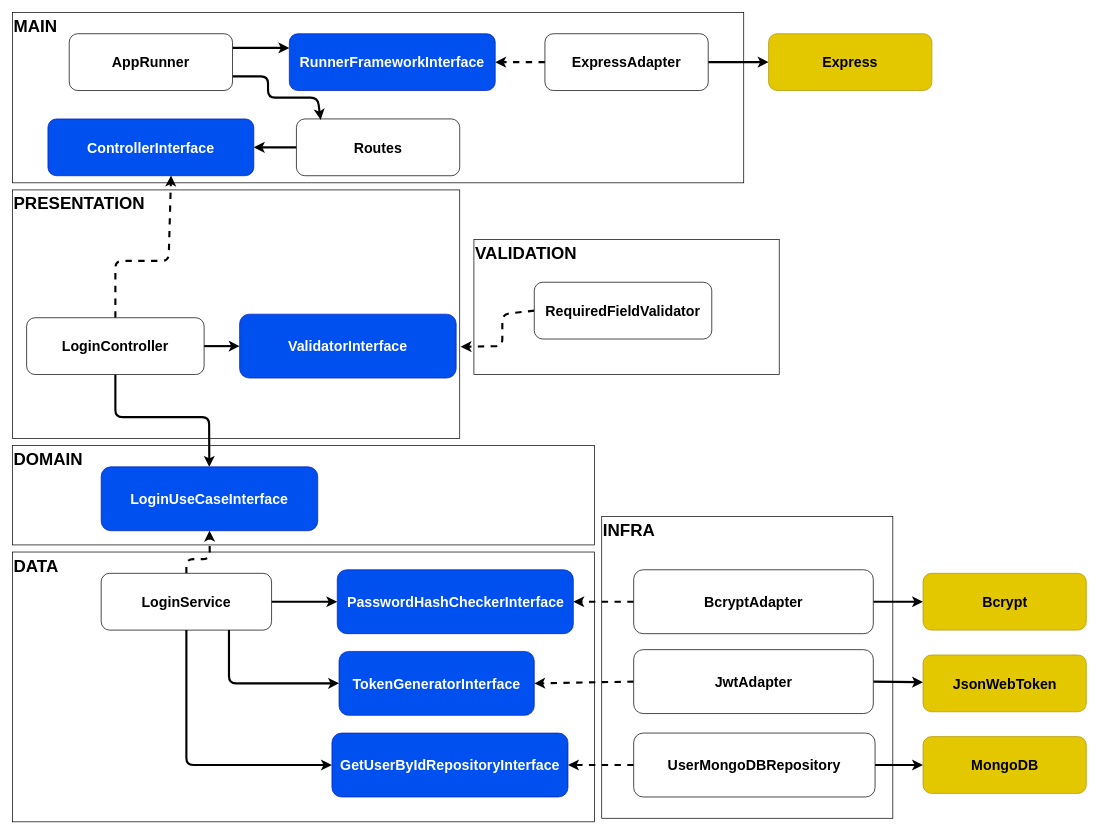
Before: diagrams/drawio/login.drawio in DouglasVolcato/pet-adoption-backend, a draw.io diagram. Source tidied: cells renumbered, new cells numbered last; positions are measured from the earlier drawing's top-left corner, leaving out a move shared by most shapes. Both pictures are drawn from the tidied source at 71%, with x=0, y=0 at pixel (12, 12).
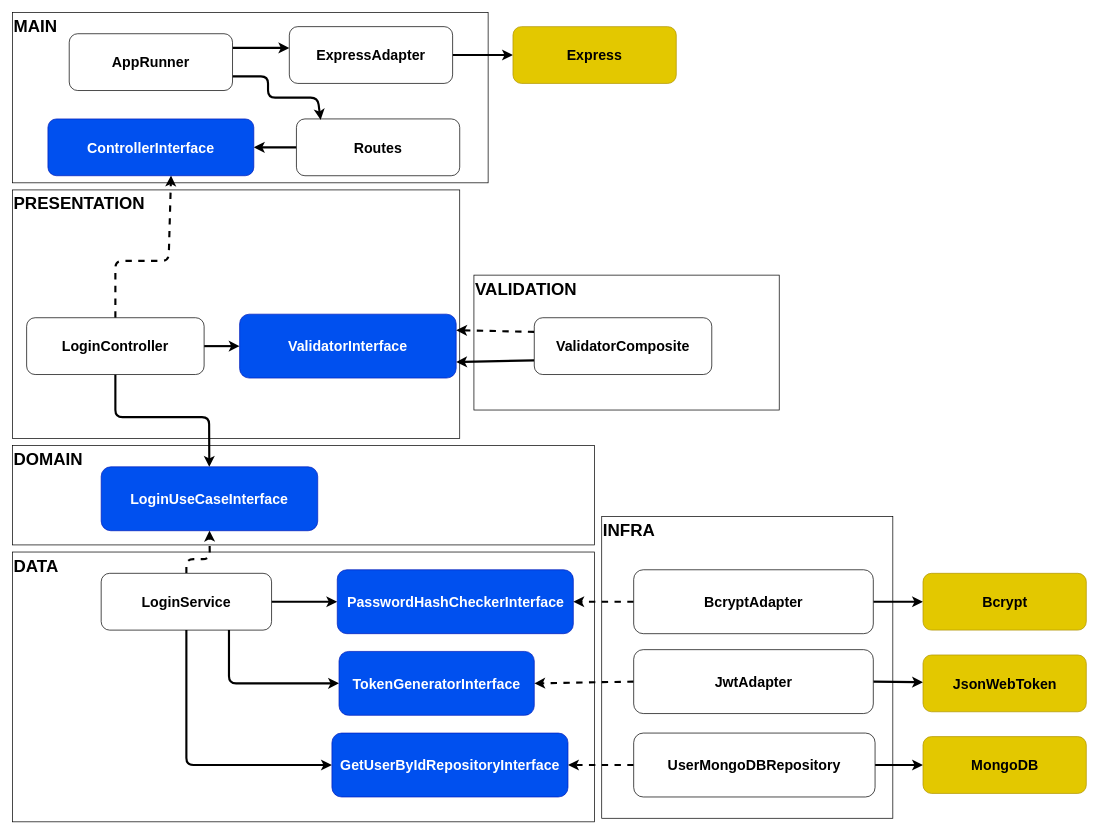
The same diagram, later.

The change refers to these unchanged cells:
```xml
<mxCell id="2" style="rounded=0;whiteSpace=wrap;html=1;fontSize=20;fontStyle=1;" parent="1" vertex="1">
  <mxGeometry y="250" width="630" height="350" as="geometry" />
</mxCell>
<mxCell id="23" value="AppRunner" style="rounded=1;whiteSpace=wrap;html=1;fontSize=20;fontStyle=1;" parent="1" vertex="1">
  <mxGeometry x="80" y="30" width="230" height="80" as="geometry" />
</mxCell>
<mxCell id="44" value="ValidatorInterface" style="rounded=1;whiteSpace=wrap;html=1;fillColor=#0050ef;fontColor=#ffffff;strokeColor=#001DBC;fontSize=20;fontStyle=1;" parent="1" vertex="1">
  <mxGeometry x="320" y="425" width="305" height="90" as="geometry" />
</mxCell>
```

Diff of the diagram source:
```diff
@@
     <mxCell id="5" style="rounded=0;whiteSpace=wrap;html=1;fontSize=20;fontStyle=1;" parent="1" vertex="1">
-      <mxGeometry x="650" y="320" width="430" height="190" as="geometry" />
+      <mxGeometry x="650" y="370" width="430" height="190" as="geometry" />
     </mxCell>
@@
     <mxCell id="7" style="rounded=0;whiteSpace=wrap;html=1;fontSize=20;fontStyle=1;" parent="1" vertex="1">
-      <mxGeometry width="1030" height="240" as="geometry" />
+      <mxGeometry width="670" height="240" as="geometry" />
     </mxCell>
@@
-    <mxCell id="21" style="edgeStyle=none;html=1;exitX=1;exitY=0.25;exitDx=0;exitDy=0;entryX=0;entryY=0.25;entryDx=0;entryDy=0;strokeWidth=3;fontSize=20;fontStyle=1;" parent="1" edge="1" source="23" target="24">
-      <mxGeometry relative="1" as="geometry" />
+    <mxCell id="21" style="edgeStyle=none;html=1;exitX=1;exitY=0.25;exitDx=0;exitDy=0;entryX=0;entryY=0.25;entryDx=0;entryDy=0;strokeWidth=3;fontSize=20;fontStyle=1;" parent="1" edge="1" source="23">
+      <mxGeometry relative="1" as="geometry">
+        <mxPoint x="390" y="50" as="targetPoint" />
+      </mxGeometry>
     </mxCell>
@@
-    <mxCell id="24" value="RunnerFrameworkInterface" style="rounded=1;whiteSpace=wrap;html=1;fontSize=20;fillColor=#0050ef;fontColor=#ffffff;strokeColor=#001DBC;fontStyle=1;" parent="1" vertex="1">
-      <mxGeometry x="390" y="30" width="290" height="80" as="geometry" />
-    </mxCell>
@@
-    <mxCell id="26" style="edgeStyle=none;html=1;exitX=0;exitY=0.5;exitDx=0;exitDy=0;entryX=1;entryY=0.5;entryDx=0;entryDy=0;dashed=1;strokeWidth=3;fontSize=20;" parent="1" edge="1" source="27" target="24">
-      <mxGeometry relative="1" as="geometry" />
-    </mxCell>
     <mxCell id="27" value="ExpressAdapter" style="rounded=1;whiteSpace=wrap;html=1;fontSize=20;fontStyle=1;" parent="1" vertex="1">
-      <mxGeometry x="750" y="30" width="230" height="80" as="geometry" />
+      <mxGeometry x="390" y="20" width="230" height="80" as="geometry" />
     </mxCell>
     <mxCell id="28" value="Express" style="rounded=1;whiteSpace=wrap;html=1;fontSize=20;fillColor=#e3c800;fontColor=#000000;strokeColor=#B09500;fontStyle=1;" parent="1" vertex="1">
-      <mxGeometry x="1065" y="30" width="230" height="80" as="geometry" />
+      <mxGeometry x="705" y="20" width="230" height="80" as="geometry" />
     </mxCell>
@@
-    <mxCell id="45" style="edgeStyle=none;html=1;exitX=0;exitY=0.5;exitDx=0;exitDy=0;entryX=1.002;entryY=0.631;entryDx=0;entryDy=0;entryPerimeter=0;strokeWidth=3;dashed=1;" parent="1" edge="1" source="46" target="2">
-      <mxGeometry relative="1" as="geometry">
-        <Array as="points">
-          <mxPoint x="690" y="425" />
-          <mxPoint x="690" y="470" />
-        </Array>
-      </mxGeometry>
+    <mxCell id="45" style="edgeStyle=none;html=1;exitX=0;exitY=0.25;exitDx=0;exitDy=0;entryX=1;entryY=0.25;entryDx=0;entryDy=0;strokeWidth=3;dashed=1;" parent="1" edge="1" source="46" target="44">
+      <mxGeometry relative="1" as="geometry" />
     </mxCell>
+    <mxCell id="53" style="edgeStyle=none;html=1;exitX=0;exitY=0.75;exitDx=0;exitDy=0;entryX=1;entryY=0.75;entryDx=0;entryDy=0;strokeWidth=3;" parent="1" edge="1" source="46" target="44">
+      <mxGeometry relative="1" as="geometry" />
+    </mxCell>
-    <mxCell id="46" value="RequiredFieldValidator" style="rounded=1;whiteSpace=wrap;html=1;fontSize=20;fontStyle=1;" parent="1" vertex="1">
-      <mxGeometry x="735" y="380" width="250" height="80" as="geometry" />
+    <mxCell id="46" value="ValidatorComposite" style="rounded=1;whiteSpace=wrap;html=1;fontSize=20;fontStyle=1;" parent="1" vertex="1">
+      <mxGeometry x="735" y="430" width="250" height="80" as="geometry" />
     </mxCell>
@@
     <mxCell id="49" value="VALIDATION" style="text;strokeColor=none;fillColor=none;html=1;fontSize=24;fontStyle=1;verticalAlign=middle;align=left;rounded=0;" parent="1" vertex="1">
-      <mxGeometry x="650" y="320" width="100" height="40" as="geometry" />
+      <mxGeometry x="650" y="370" width="100" height="40" as="geometry" />
     </mxCell>
```
